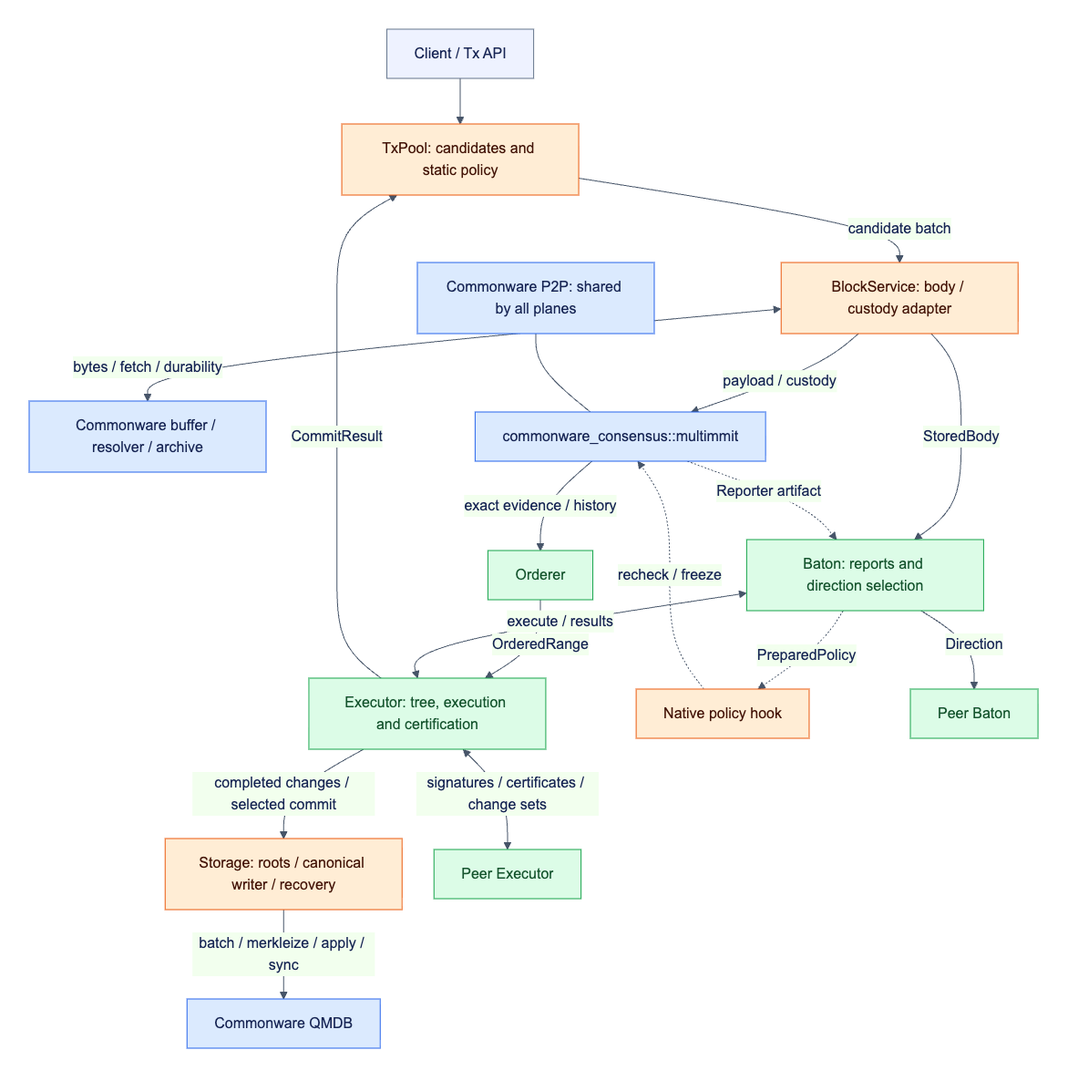
djm07073/baton-research keeps this Mermaid diagram as docs/assets/diagrams/diagram-01.png. Above is the earlier version. Its source is kept beside it as docs/assets/diagrams/diagram-01.mmd.
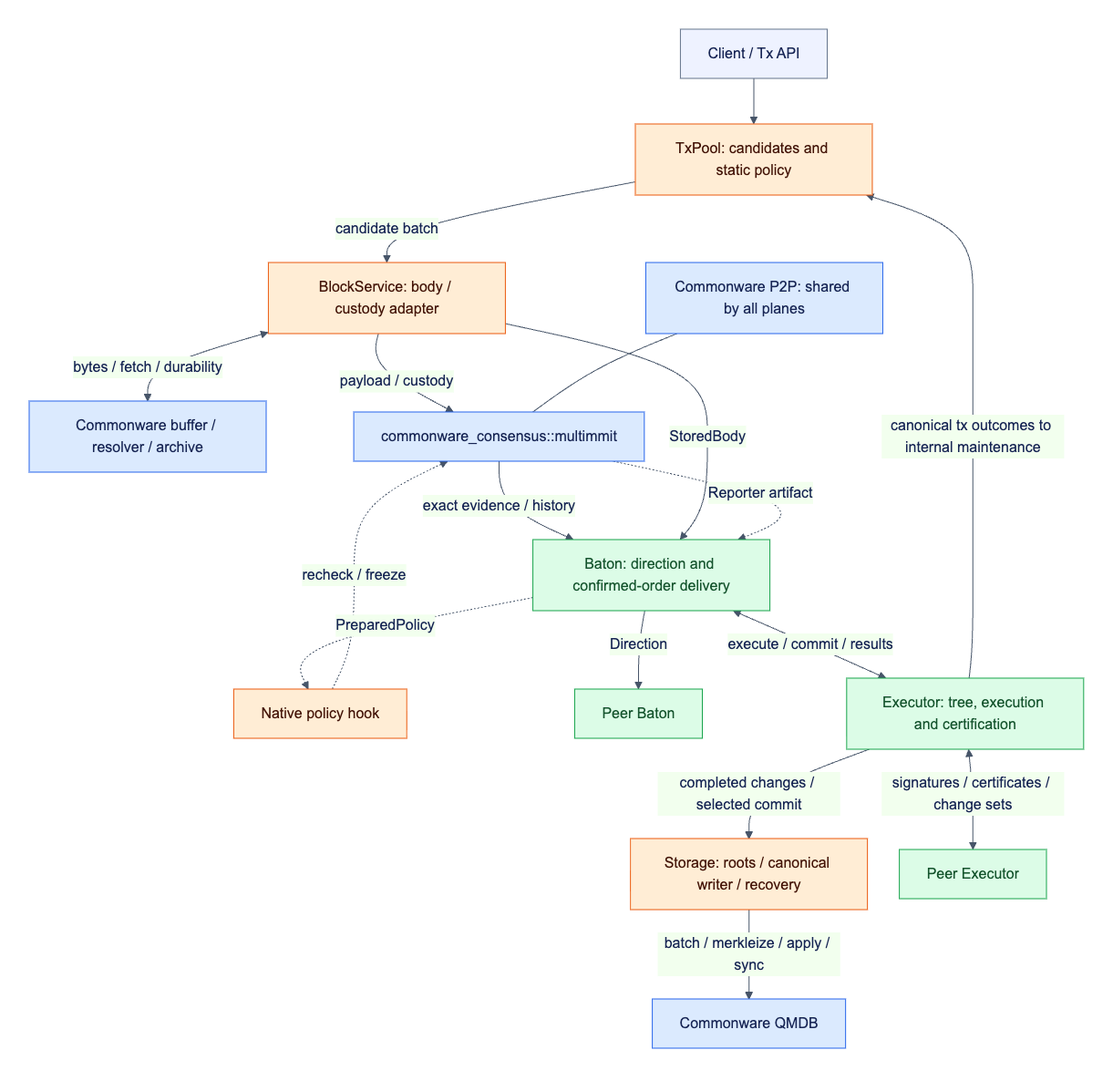
After the commit.

Diff of the diagram source:
```diff
@@ -3,22 +3,21 @@
     T -->|candidate batch| B[BlockService: body / custody adapter]
     B <-->|bytes / fetch / durability| BP[Commonware buffer / resolver / archive]
     B -->|payload / custody| N[commonware_consensus::multimmit]
-    N -->|exact evidence / history| M[Orderer]
-    B -->|StoredBody| O[Baton: reports and direction selection]
+    N -->|exact evidence / history| O[Baton: direction and confirmed-order delivery]
+    B -->|StoredBody| O
     N -. Reporter artifact .-> O
-    M -->|OrderedRange| E
     O -. PreparedPolicy .-> H[Native policy hook]
     H -. recheck / freeze .-> N
     O -->|Direction| PE[Peer Baton]
-    O <-->|execute / results| E[Executor: tree, execution and certification]
+    O <-->|execute / commit / results| E[Executor: tree, execution and certification]
     E -->|completed changes / selected commit| S[Storage: roots / canonical writer / recovery]
     S -->|batch / merkleize / apply / sync| Q[Commonware QMDB]
     E <-->|signatures / certificates / change sets| V[Peer Executor]
-    E -->|CommitResult| T
+    E -->|canonical tx outcomes to internal maintenance| T
     NET[Commonware P2P: shared by all planes] --- N
     classDef reuse fill:#dbeafe,stroke:#2563eb,color:#172554;
     classDef adapt fill:#ffedd5,stroke:#ea580c,color:#431407;
     classDef new fill:#dcfce7,stroke:#16a34a,color:#14532d;
     class N,NET,BP,Q reuse;
     class T,B,H,S adapt;
-    class M,O,PE,E,V new;
+    class O,PE,E,V new;
```
